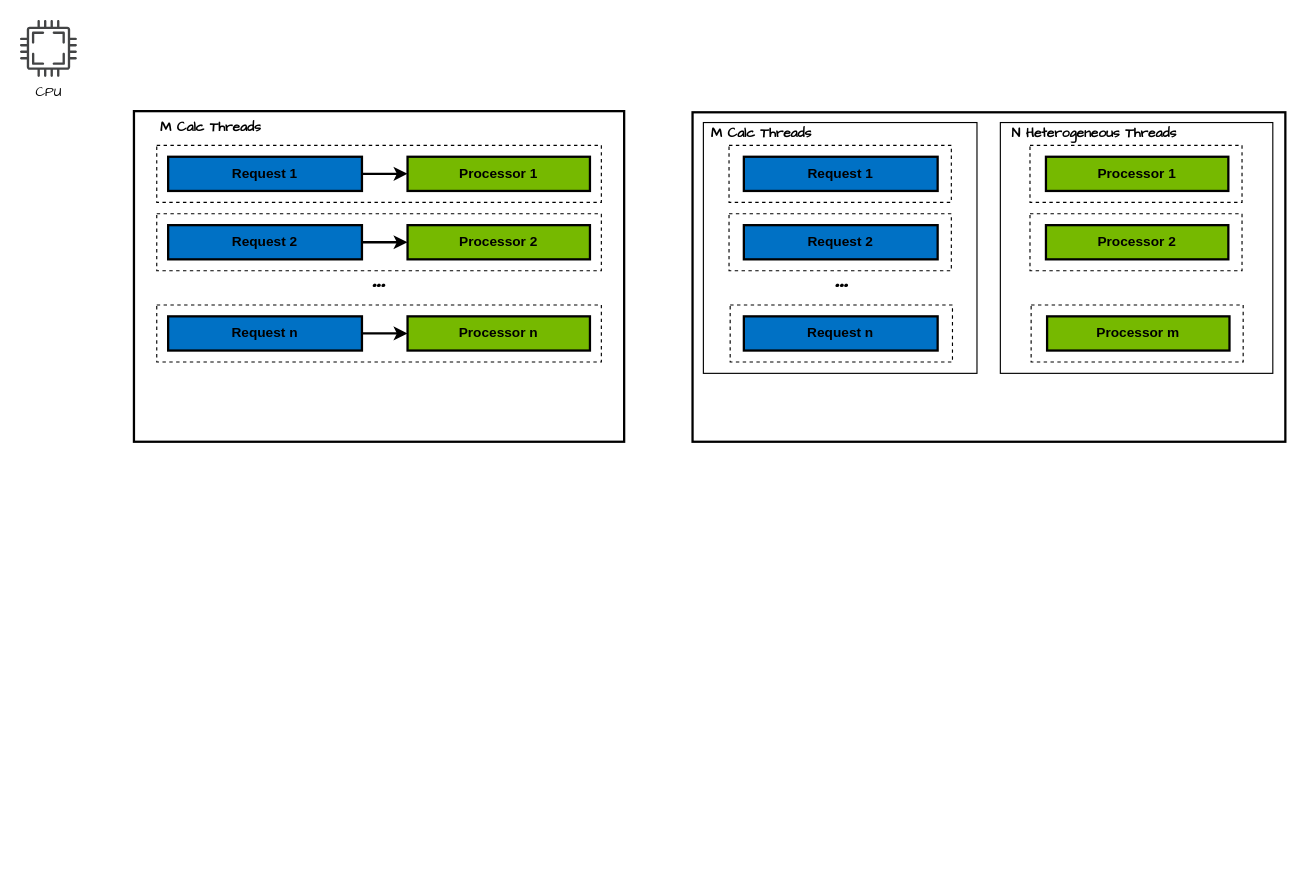
Earlier version of the draw.io diagram 紫霄架构.drawio (JackHsiung/totoro). Source tidied: cells renumbered, new cells numbered last; positions are measured from the earlier drawing's top-left corner, leaving out a move shared by most shapes. Both pictures are drawn from the tidied source at 114%, with x=0, y=0 at pixel (19, 19).
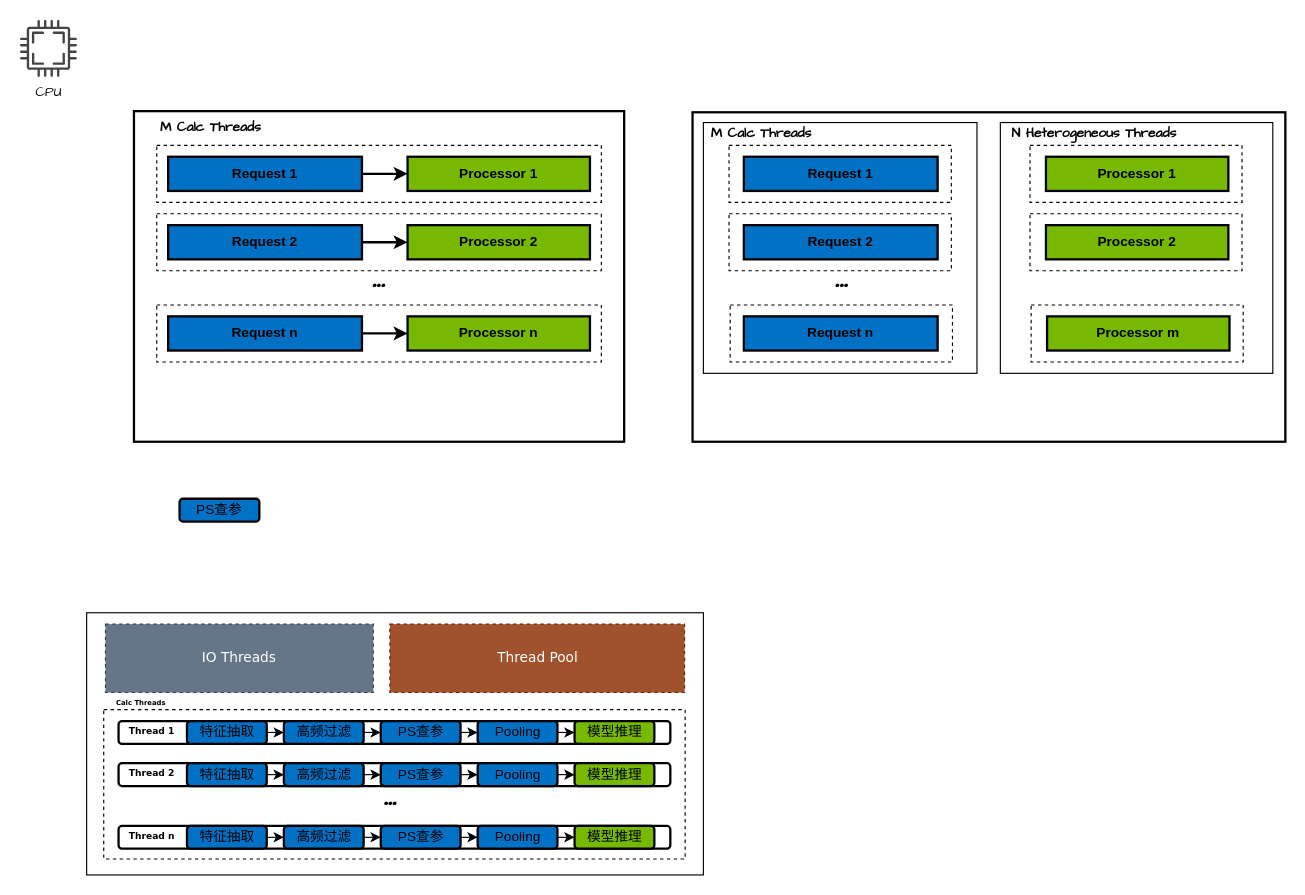
Above is the later version.

Commit message:
更新紫霄架构.drawio

Diff of the diagram source:
```diff
@@
+    <mxCell id="36" style="rounded=0;whiteSpace=wrap;html=1;hachureGap=4;fontFamily=Architects Daughter;strokeWidth=1;glass=0;" parent="1" vertex="1">
+      <mxGeometry x="58.5" y="520" width="541" height="230" as="geometry" />
+    </mxCell>
+    <mxCell id="37" style="rounded=0;whiteSpace=wrap;html=1;hachureGap=4;fontFamily=Architects Daughter;strokeWidth=1;dashed=1;" parent="1" vertex="1">
+      <mxGeometry x="73.5" y="605" width="510" height="131" as="geometry" />
+    </mxCell>
@@
+    <mxCell id="38" style="rounded=1;whiteSpace=wrap;html=1;strokeWidth=2;glass=0;" parent="1" vertex="1">
+      <mxGeometry x="86.5" y="615" width="484" height="20" as="geometry" />
+    </mxCell>
+    <mxCell id="39" style="edgeStyle=orthogonalEdgeStyle;rounded=0;hachureGap=4;jettySize=auto;html=1;exitX=1;exitY=0.5;exitDx=0;exitDy=0;entryX=0;entryY=0.5;entryDx=0;entryDy=0;fontFamily=Architects Daughter;" parent="1" edge="1" source="40" target="42">
+      <mxGeometry relative="1" as="geometry" />
+    </mxCell>
+    <mxCell id="40" value="特征抽取" style="rounded=1;whiteSpace=wrap;html=1;strokeWidth=2;fillColor=#0071c5;" parent="1" vertex="1">
+      <mxGeometry x="146.5" y="615" width="70" height="20" as="geometry" />
+    </mxCell>
+    <mxCell id="41" style="edgeStyle=orthogonalEdgeStyle;rounded=0;hachureGap=4;jettySize=auto;html=1;exitX=1;exitY=0.5;exitDx=0;exitDy=0;entryX=0;entryY=0.5;entryDx=0;entryDy=0;fontFamily=Architects Daughter;" parent="1" edge="1" source="42" target="46">
+      <mxGeometry relative="1" as="geometry" />
+    </mxCell>
+    <mxCell id="42" value="高频过滤" style="rounded=1;whiteSpace=wrap;html=1;strokeWidth=2;fillColor=#0071c5;" parent="1" vertex="1">
+      <mxGeometry x="231.5" y="615" width="70" height="20" as="geometry" />
+    </mxCell>
+    <mxCell id="43" style="edgeStyle=orthogonalEdgeStyle;rounded=0;hachureGap=4;jettySize=auto;html=1;exitX=1;exitY=0.5;exitDx=0;exitDy=0;entryX=0;entryY=0.5;entryDx=0;entryDy=0;fontFamily=Architects Daughter;" parent="1" edge="1" source="44" target="47">
+      <mxGeometry relative="1" as="geometry" />
+    </mxCell>
+    <mxCell id="44" value="Pooling" style="rounded=1;whiteSpace=wrap;html=1;strokeWidth=2;fillColor=#0071c5;" parent="1" vertex="1">
+      <mxGeometry x="401.5" y="615" width="70" height="20" as="geometry" />
+    </mxCell>
+    <mxCell id="45" style="edgeStyle=orthogonalEdgeStyle;rounded=0;hachureGap=4;jettySize=auto;html=1;exitX=1;exitY=0.5;exitDx=0;exitDy=0;entryX=0;entryY=0.5;entryDx=0;entryDy=0;fontFamily=Architects Daughter;" parent="1" edge="1" source="46" target="44">
+      <mxGeometry relative="1" as="geometry" />
+    </mxCell>
+    <mxCell id="46" value="&lt;span style=&quot;font-weight: normal;&quot;&gt;PS查参&lt;/span&gt;" style="rounded=1;whiteSpace=wrap;html=1;strokeWidth=2;fillColor=#0071c5;fontStyle=1;" parent="1" vertex="1">
+      <mxGeometry x="316.5" y="615" width="70" height="20" as="geometry" />
+    </mxCell>
+    <mxCell id="47" value="模型推理" style="rounded=1;whiteSpace=wrap;html=1;strokeWidth=2;fillColor=#76B900;" parent="1" vertex="1">
+      <mxGeometry x="486.5" y="615" width="70" height="20" as="geometry" />
+    </mxCell>
+    <mxCell id="48" value="Calc Threads&amp;nbsp;" style="text;html=1;align=center;verticalAlign=middle;whiteSpace=wrap;rounded=0;fontFamily=Verdana;strokeWidth=4;fontStyle=1;fontSize=6;" parent="1" vertex="1">
+      <mxGeometry x="73.5" y="590" width="66.5" height="15" as="geometry" />
+    </mxCell>
+    <mxCell id="49" value="&lt;font style=&quot;font-size: 8px;&quot;&gt;Thread 1&lt;/font&gt;" style="text;html=1;align=center;verticalAlign=middle;whiteSpace=wrap;rounded=0;fontFamily=Verdana;strokeWidth=4;fontStyle=1;" parent="1" vertex="1">
+      <mxGeometry x="80.5" y="613" width="70" height="20" as="geometry" />
+    </mxCell>
+    <mxCell id="50" value="&lt;span style=&quot;font-weight: normal;&quot;&gt;PS查参&lt;/span&gt;" style="rounded=1;whiteSpace=wrap;html=1;strokeWidth=2;fillColor=#0071c5;fontStyle=1;" parent="1" vertex="1">
+      <mxGeometry x="140" y="420" width="70" height="20" as="geometry" />
+    </mxCell>
+    <mxCell id="51" style="rounded=1;whiteSpace=wrap;html=1;strokeWidth=2;glass=0;" parent="1" vertex="1">
+      <mxGeometry x="86.5" y="652" width="484" height="20" as="geometry" />
+    </mxCell>
+    <mxCell id="52" style="edgeStyle=orthogonalEdgeStyle;rounded=0;hachureGap=4;jettySize=auto;html=1;exitX=1;exitY=0.5;exitDx=0;exitDy=0;entryX=0;entryY=0.5;entryDx=0;entryDy=0;fontFamily=Architects Daughter;" parent="1" edge="1" source="53" target="55">
+      <mxGeometry relative="1" as="geometry" />
+    </mxCell>
+    <mxCell id="53" value="特征抽取" style="rounded=1;whiteSpace=wrap;html=1;strokeWidth=2;fillColor=#0071c5;" parent="1" vertex="1">
+      <mxGeometry x="146.5" y="652" width="70" height="20" as="geometry" />
+    </mxCell>
+    <mxCell id="54" style="edgeStyle=orthogonalEdgeStyle;rounded=0;hachureGap=4;jettySize=auto;html=1;exitX=1;exitY=0.5;exitDx=0;exitDy=0;entryX=0;entryY=0.5;entryDx=0;entryDy=0;fontFamily=Architects Daughter;" parent="1" edge="1" source="55" target="59">
+      <mxGeometry relative="1" as="geometry" />
+    </mxCell>
+    <mxCell id="55" value="高频过滤" style="rounded=1;whiteSpace=wrap;html=1;strokeWidth=2;fillColor=#0071c5;" parent="1" vertex="1">
+      <mxGeometry x="231.5" y="652" width="70" height="20" as="geometry" />
+    </mxCell>
+    <mxCell id="56" style="edgeStyle=orthogonalEdgeStyle;rounded=0;hachureGap=4;jettySize=auto;html=1;exitX=1;exitY=0.5;exitDx=0;exitDy=0;entryX=0;entryY=0.5;entryDx=0;entryDy=0;fontFamily=Architects Daughter;" parent="1" edge="1" source="57" target="60">
+      <mxGeometry relative="1" as="geometry" />
+    </mxCell>
+    <mxCell id="57" value="Pooling" style="rounded=1;whiteSpace=wrap;html=1;strokeWidth=2;fillColor=#0071c5;" parent="1" vertex="1">
+      <mxGeometry x="401.5" y="652" width="70" height="20" as="geometry" />
+    </mxCell>
+    <mxCell id="58" style="edgeStyle=orthogonalEdgeStyle;rounded=0;hachureGap=4;jettySize=auto;html=1;exitX=1;exitY=0.5;exitDx=0;exitDy=0;entryX=0;entryY=0.5;entryDx=0;entryDy=0;fontFamily=Architects Daughter;" parent="1" edge="1" source="59" target="57">
+      <mxGeometry relative="1" as="geometry" />
+    </mxCell>
+    <mxCell id="59" value="&lt;span style=&quot;font-weight: normal;&quot;&gt;PS查参&lt;/span&gt;" style="rounded=1;whiteSpace=wrap;html=1;strokeWidth=2;fillColor=#0071c5;fontStyle=1;" parent="1" vertex="1">
+      <mxGeometry x="316.5" y="652" width="70" height="20" as="geometry" />
+    </mxCell>
+    <mxCell id="60" value="模型推理" style="rounded=1;whiteSpace=wrap;html=1;strokeWidth=2;fillColor=#76B900;" parent="1" vertex="1">
+      <mxGeometry x="486.5" y="652" width="70" height="20" as="geometry" />
+    </mxCell>
+    <mxCell id="61" value="&lt;font style=&quot;font-size: 8px;&quot;&gt;Thread 2&lt;/font&gt;" style="text;html=1;align=center;verticalAlign=middle;whiteSpace=wrap;rounded=0;fontFamily=Verdana;strokeWidth=4;fontStyle=1;" parent="1" vertex="1">
+      <mxGeometry x="80.5" y="650" width="70" height="20" as="geometry" />
+    </mxCell>
+    <mxCell id="62" style="rounded=1;whiteSpace=wrap;html=1;strokeWidth=2;glass=0;" parent="1" vertex="1">
+      <mxGeometry x="86.5" y="707" width="484" height="20" as="geometry" />
+    </mxCell>
+    <mxCell id="63" style="edgeStyle=orthogonalEdgeStyle;rounded=0;hachureGap=4;jettySize=auto;html=1;exitX=1;exitY=0.5;exitDx=0;exitDy=0;entryX=0;entryY=0.5;entryDx=0;entryDy=0;fontFamily=Architects Daughter;" parent="1" edge="1" source="64" target="66">
+      <mxGeometry relative="1" as="geometry" />
+    </mxCell>
+    <mxCell id="64" value="特征抽取" style="rounded=1;whiteSpace=wrap;html=1;strokeWidth=2;fillColor=#0071c5;" parent="1" vertex="1">
+      <mxGeometry x="146.5" y="707" width="70" height="20" as="geometry" />
+    </mxCell>
+    <mxCell id="65" style="edgeStyle=orthogonalEdgeStyle;rounded=0;hachureGap=4;jettySize=auto;html=1;exitX=1;exitY=0.5;exitDx=0;exitDy=0;entryX=0;entryY=0.5;entryDx=0;entryDy=0;fontFamily=Architects Daughter;" parent="1" edge="1" source="66" target="70">
+      <mxGeometry relative="1" as="geometry" />
+    </mxCell>
+    <mxCell id="66" value="高频过滤" style="rounded=1;whiteSpace=wrap;html=1;strokeWidth=2;fillColor=#0071c5;" parent="1" vertex="1">
+      <mxGeometry x="231.5" y="707" width="70" height="20" as="geometry" />
+    </mxCell>
+    <mxCell id="67" style="edgeStyle=orthogonalEdgeStyle;rounded=0;hachureGap=4;jettySize=auto;html=1;exitX=1;exitY=0.5;exitDx=0;exitDy=0;entryX=0;entryY=0.5;entryDx=0;entryDy=0;fontFamily=Architects Daughter;" parent="1" edge="1" source="68" target="71">
+      <mxGeometry relative="1" as="geometry" />
+    </mxCell>
+    <mxCell id="68" value="Pooling" style="rounded=1;whiteSpace=wrap;html=1;strokeWidth=2;fillColor=#0071c5;" parent="1" vertex="1">
+      <mxGeometry x="401.5" y="707" width="70" height="20" as="geometry" />
+    </mxCell>
+    <mxCell id="69" style="edgeStyle=orthogonalEdgeStyle;rounded=0;hachureGap=4;jettySize=auto;html=1;exitX=1;exitY=0.5;exitDx=0;exitDy=0;entryX=0;entryY=0.5;entryDx=0;entryDy=0;fontFamily=Architects Daughter;" parent="1" edge="1" source="70" target="68">
+      <mxGeometry relative="1" as="geometry" />
+    </mxCell>
+    <mxCell id="70" value="&lt;span style=&quot;font-weight: normal;&quot;&gt;PS查参&lt;/span&gt;" style="rounded=1;whiteSpace=wrap;html=1;strokeWidth=2;fillColor=#0071c5;fontStyle=1;" parent="1" vertex="1">
+      <mxGeometry x="316.5" y="707" width="70" height="20" as="geometry" />
+    </mxCell>
+    <mxCell id="71" value="模型推理" style="rounded=1;whiteSpace=wrap;html=1;strokeWidth=2;fillColor=#76B900;" parent="1" vertex="1">
+      <mxGeometry x="486.5" y="707" width="70" height="20" as="geometry" />
+    </mxCell>
+    <mxCell id="72" value="&lt;font style=&quot;font-size: 8px;&quot;&gt;Thread n&lt;/font&gt;" style="text;html=1;align=center;verticalAlign=middle;whiteSpace=wrap;rounded=0;fontFamily=Verdana;strokeWidth=4;fontStyle=1;" parent="1" vertex="1">
+      <mxGeometry x="80.5" y="705" width="70" height="20" as="geometry" />
+    </mxCell>
+    <mxCell id="73" value="&lt;b&gt;&lt;font style=&quot;font-size: 27px;&quot;&gt;...&lt;/font&gt;&lt;/b&gt;" style="text;html=1;align=center;verticalAlign=middle;whiteSpace=wrap;rounded=0;fontFamily=Architects Daughter;" parent="1" vertex="1">
+      <mxGeometry x="295" y="666" width="60" height="30" as="geometry" />
+    </mxCell>
+    <mxCell id="74" value="&lt;font face=&quot;Verdana&quot;&gt;IO Threads&lt;/font&gt;" style="rounded=0;whiteSpace=wrap;html=1;hachureGap=4;fontFamily=Architects Daughter;fillColor=#647687;fontColor=#ffffff;strokeColor=#314354;dashed=1;" parent="1" vertex="1">
+      <mxGeometry x="75" y="530" width="235" height="60" as="geometry" />
+    </mxCell>
+    <mxCell id="75" value="&lt;font face=&quot;Verdana&quot;&gt;Thread Pool&lt;/font&gt;" style="rounded=0;whiteSpace=wrap;html=1;hachureGap=4;fontFamily=Architects Daughter;dashed=1;fillColor=#a0522d;fontColor=#ffffff;strokeColor=#6D1F00;" parent="1" vertex="1">
+      <mxGeometry x="324.5" y="530" width="258.5" height="60" as="geometry" />
+    </mxCell>
```
